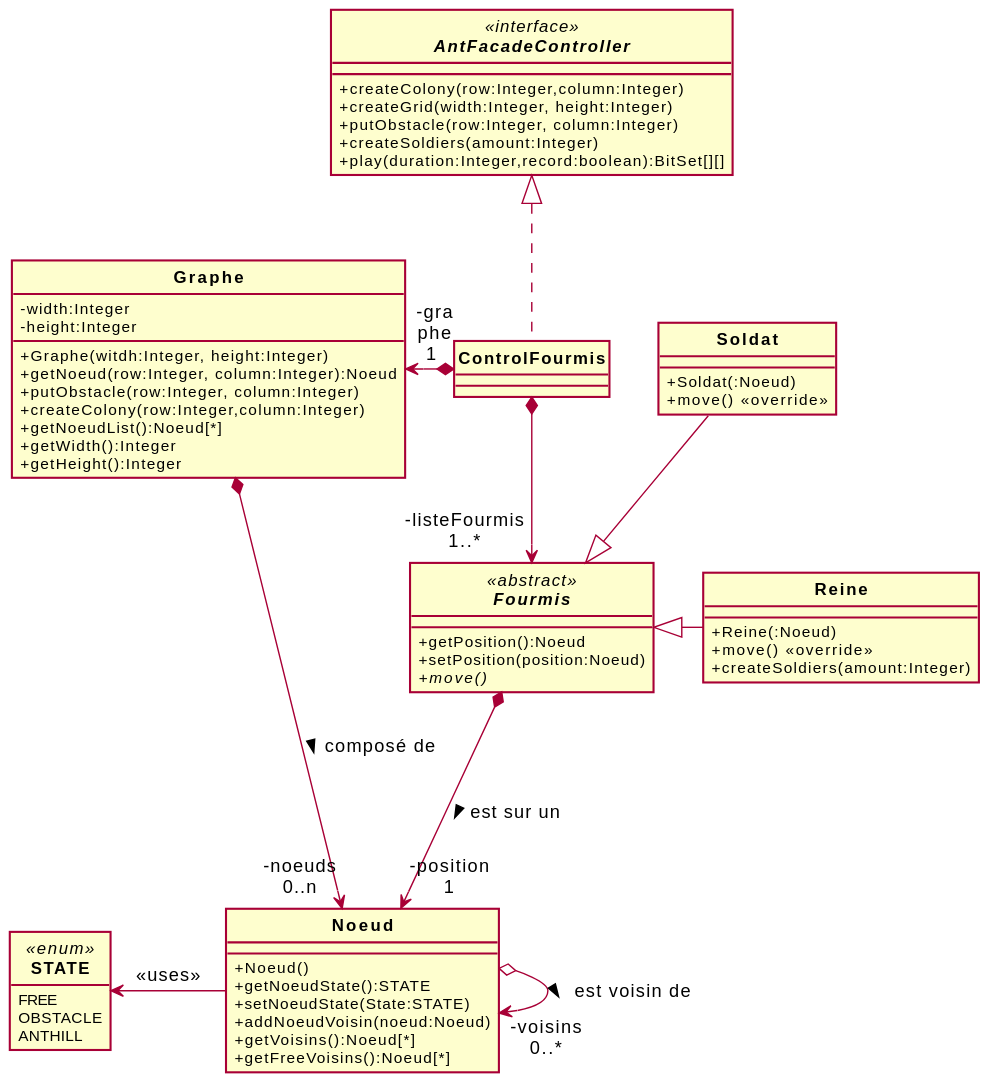
ErenMustafaGit/ColonieFourmis keeps this PlantUML diagram as Fourmis_DC.svg. Above is the earlier version.
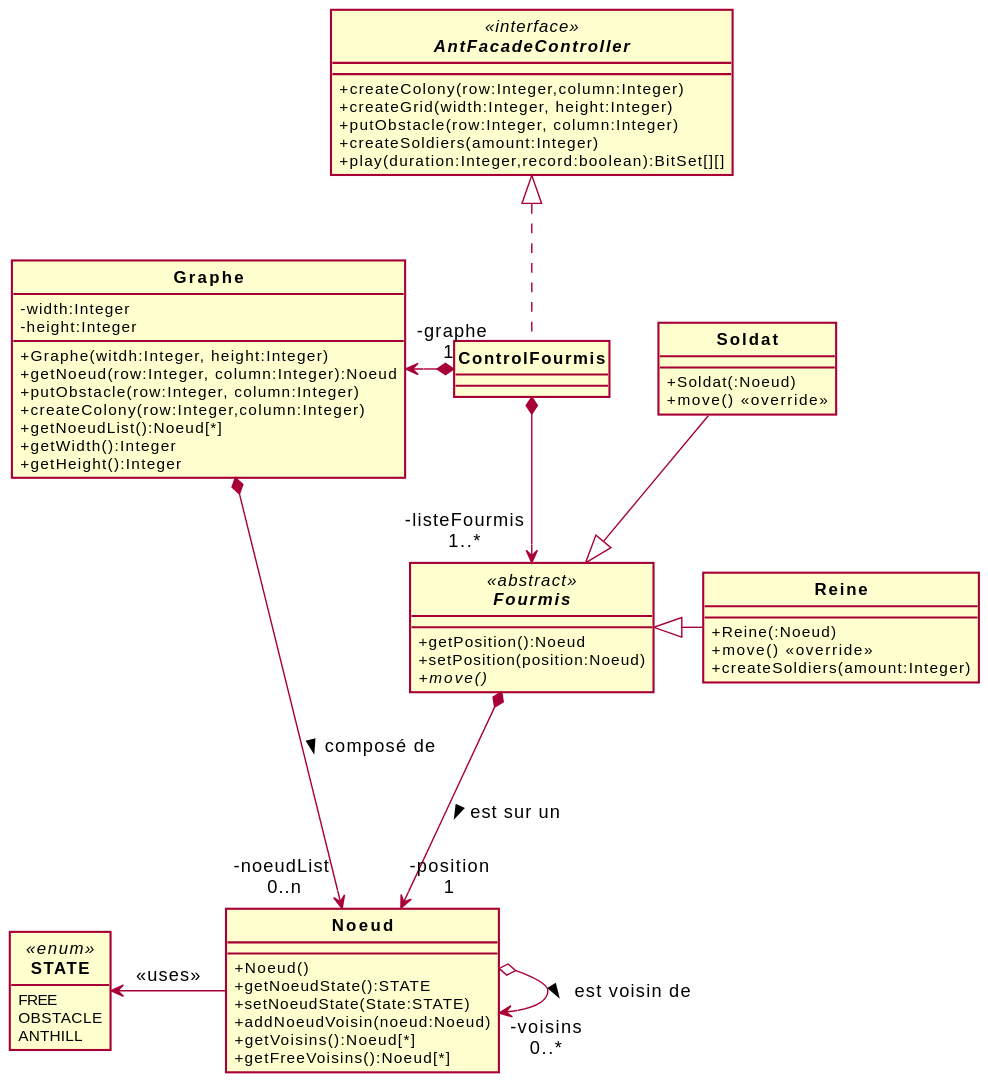
The same file after the commit.

Commit message:
Correction dans la diagramme conception

Diff of the diagram source:
```diff
@@ -67,10 +67,10 @@
 Soldat --|> Fourmis
 Reine -l-|> Fourmis
 
-ControlFourmis "-gra\nphe\n1 " *-l-> Graphe
+ControlFourmis "-graphe\n1 " *-l-> Graphe
 ControlFourmis  *--> "-listeFourmis\n1..*" Fourmis
 
-Graphe *-r-> "-noeuds\n0..n" Noeud : composé de >
+Graphe *-r-> "-noeudList \n0..n" Noeud : composé de >
 Fourmis *---> "-position\n1" Noeud  : est sur un >
 Noeud o-> "-voisins\n0..*"  Noeud  : est voisin de >
 
```
